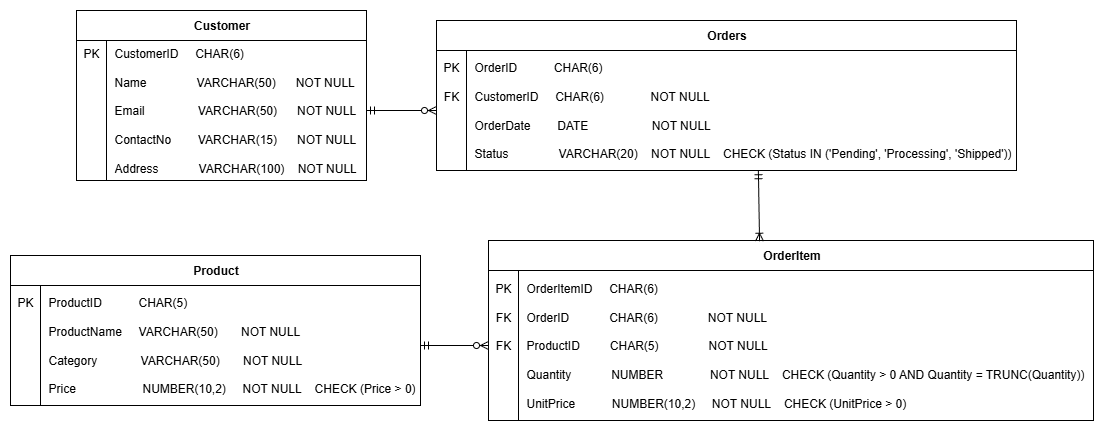
Above: ERD diagram.png in mmlee1604-creator/SEG2102_Final-Assessment (draw.io), before the change. Source tidied: cells renumbered, new cells last; positions are measured from the earlier drawing's top-left corner, leaving out a move shared by most shapes.
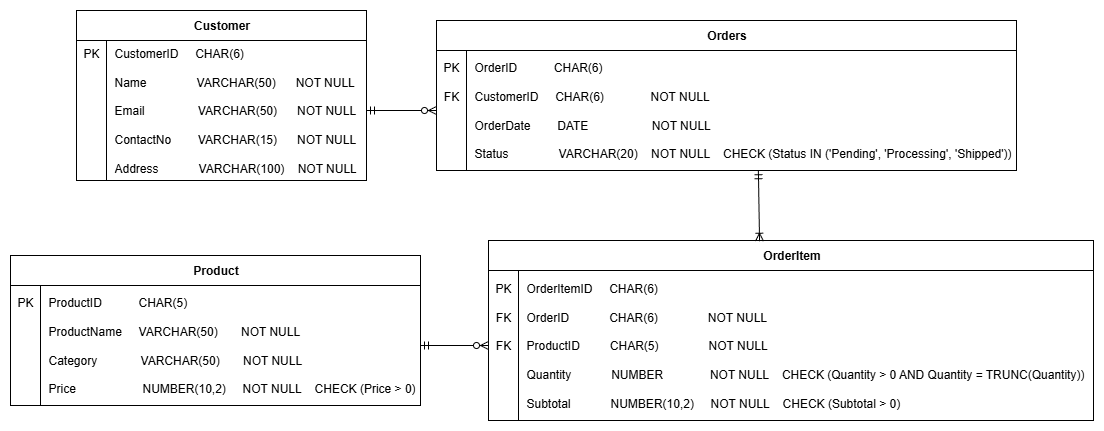
After the commit.

The edit, as a diff of the source:
```diff
@@ -35,7 +35,7 @@
     <mxCell id="12" value="&lt;div&gt;&lt;span style=&quot;background-color: transparent; color: light-dark(rgb(0, 0, 0), rgb(255, 255, 255));&quot;&gt;PK&lt;/span&gt;&lt;/div&gt;&lt;div&gt;&lt;br&gt;&lt;/div&gt;&lt;div&gt;FK&lt;/div&gt;&lt;div&gt;&lt;br&gt;&lt;/div&gt;&lt;div&gt;FK&lt;/div&gt;&lt;div&gt;&lt;br&gt;&lt;/div&gt;&lt;div&gt;&lt;br&gt;&lt;/div&gt;&lt;div&gt;&lt;br&gt;&lt;/div&gt;&lt;div&gt;&lt;div&gt;&lt;br&gt;&lt;/div&gt;&lt;/div&gt;" style="shape=partialRectangle;fillColor=none;top=0;left=0;bottom=0;right=0;overflow=hidden;whiteSpace=wrap;html=1;" parent="11" vertex="1">
       <mxGeometry width="30" height="150" as="geometry" />
     </mxCell>
-    <mxCell id="13" value="OrderItemID&amp;nbsp; &amp;nbsp; &amp;nbsp;CHAR(6)&lt;div&gt;&lt;br&gt;&lt;/div&gt;&lt;div&gt;OrderID&amp;nbsp; &amp;nbsp; &amp;nbsp; &amp;nbsp; &amp;nbsp; &amp;nbsp; CHAR(6)&amp;nbsp; &amp;nbsp; &amp;nbsp; &amp;nbsp; &amp;nbsp; &amp;nbsp; &amp;nbsp; &amp;nbsp;NOT NULL&lt;/div&gt;&lt;div&gt;&lt;br&gt;&lt;/div&gt;&lt;div&gt;ProductID&amp;nbsp; &amp;nbsp; &amp;nbsp; &amp;nbsp; &amp;nbsp;CHAR(5)&amp;nbsp; &amp;nbsp; &amp;nbsp; &amp;nbsp; &amp;nbsp; &amp;nbsp; &amp;nbsp; &amp;nbsp;NOT NULL&lt;/div&gt;&lt;div&gt;&lt;br&gt;&lt;/div&gt;&lt;div&gt;Quantity&amp;nbsp; &amp;nbsp; &amp;nbsp; &amp;nbsp; &amp;nbsp; &amp;nbsp; NUMBER&amp;nbsp; &amp;nbsp; &amp;nbsp; &amp;nbsp; &amp;nbsp; &amp;nbsp; &amp;nbsp; NOT NULL&amp;nbsp; &amp;nbsp;&amp;nbsp;&lt;span style=&quot;background-color: transparent; color: light-dark(rgb(0, 0, 0), rgb(255, 255, 255));&quot;&gt;CHECK (Quantity &amp;gt; 0 AND Quantity = TRUNC(Quantity))&lt;/span&gt;&lt;/div&gt;&lt;div&gt;&lt;br&gt;&lt;/div&gt;&lt;div&gt;UnitPrice&amp;nbsp; &amp;nbsp; &amp;nbsp; &amp;nbsp; &amp;nbsp; &amp;nbsp;NUMBER(10,2)&amp;nbsp; &amp;nbsp; &amp;nbsp;NOT NULL&amp;nbsp; &amp;nbsp; CHECK (UnitPrice &amp;gt; 0)&lt;/div&gt;" style="shape=partialRectangle;fillColor=none;top=0;left=0;bottom=0;right=0;align=left;spacingLeft=6;overflow=hidden;whiteSpace=wrap;html=1;" parent="11" vertex="1">
+    <mxCell id="13" value="OrderItemID&amp;nbsp; &amp;nbsp; &amp;nbsp;CHAR(6)&lt;div&gt;&lt;br&gt;&lt;/div&gt;&lt;div&gt;OrderID&amp;nbsp; &amp;nbsp; &amp;nbsp; &amp;nbsp; &amp;nbsp; &amp;nbsp; CHAR(6)&amp;nbsp; &amp;nbsp; &amp;nbsp; &amp;nbsp; &amp;nbsp; &amp;nbsp; &amp;nbsp; &amp;nbsp;NOT NULL&lt;/div&gt;&lt;div&gt;&lt;br&gt;&lt;/div&gt;&lt;div&gt;ProductID&amp;nbsp; &amp;nbsp; &amp;nbsp; &amp;nbsp; &amp;nbsp;CHAR(5)&amp;nbsp; &amp;nbsp; &amp;nbsp; &amp;nbsp; &amp;nbsp; &amp;nbsp; &amp;nbsp; &amp;nbsp;NOT NULL&lt;/div&gt;&lt;div&gt;&lt;br&gt;&lt;/div&gt;&lt;div&gt;Quantity&amp;nbsp; &amp;nbsp; &amp;nbsp; &amp;nbsp; &amp;nbsp; &amp;nbsp; NUMBER&amp;nbsp; &amp;nbsp; &amp;nbsp; &amp;nbsp; &amp;nbsp; &amp;nbsp; &amp;nbsp; NOT NULL&amp;nbsp; &amp;nbsp;&amp;nbsp;&lt;span style=&quot;background-color: transparent; color: light-dark(rgb(0, 0, 0), rgb(255, 255, 255));&quot;&gt;CHECK (Quantity &amp;gt; 0 AND Quantity = TRUNC(Quantity))&lt;/span&gt;&lt;/div&gt;&lt;div&gt;&lt;br&gt;&lt;/div&gt;&lt;div&gt;Subtotal&amp;nbsp; &amp;nbsp; &amp;nbsp; &amp;nbsp; &amp;nbsp; &amp;nbsp; NUMBER(10,2)&amp;nbsp; &amp;nbsp; &amp;nbsp;NOT NULL&amp;nbsp; &amp;nbsp; CHECK (Subtotal &amp;gt; 0)&lt;/div&gt;" style="shape=partialRectangle;fillColor=none;top=0;left=0;bottom=0;right=0;align=left;spacingLeft=6;overflow=hidden;whiteSpace=wrap;html=1;" parent="11" vertex="1">
       <mxGeometry x="30" width="575" height="150" as="geometry" />
     </mxCell>
     <mxCell id="14" style="fontSize=12;html=1;endArrow=ERoneToMany;startArrow=ERmandOne;rounded=0;entryX=0.448;entryY=0.004;entryDx=0;entryDy=0;exitX=0.555;exitY=1.002;exitDx=0;exitDy=0;exitPerimeter=0;entryPerimeter=0;" parent="1" edge="1" source="7" target="10">
```
